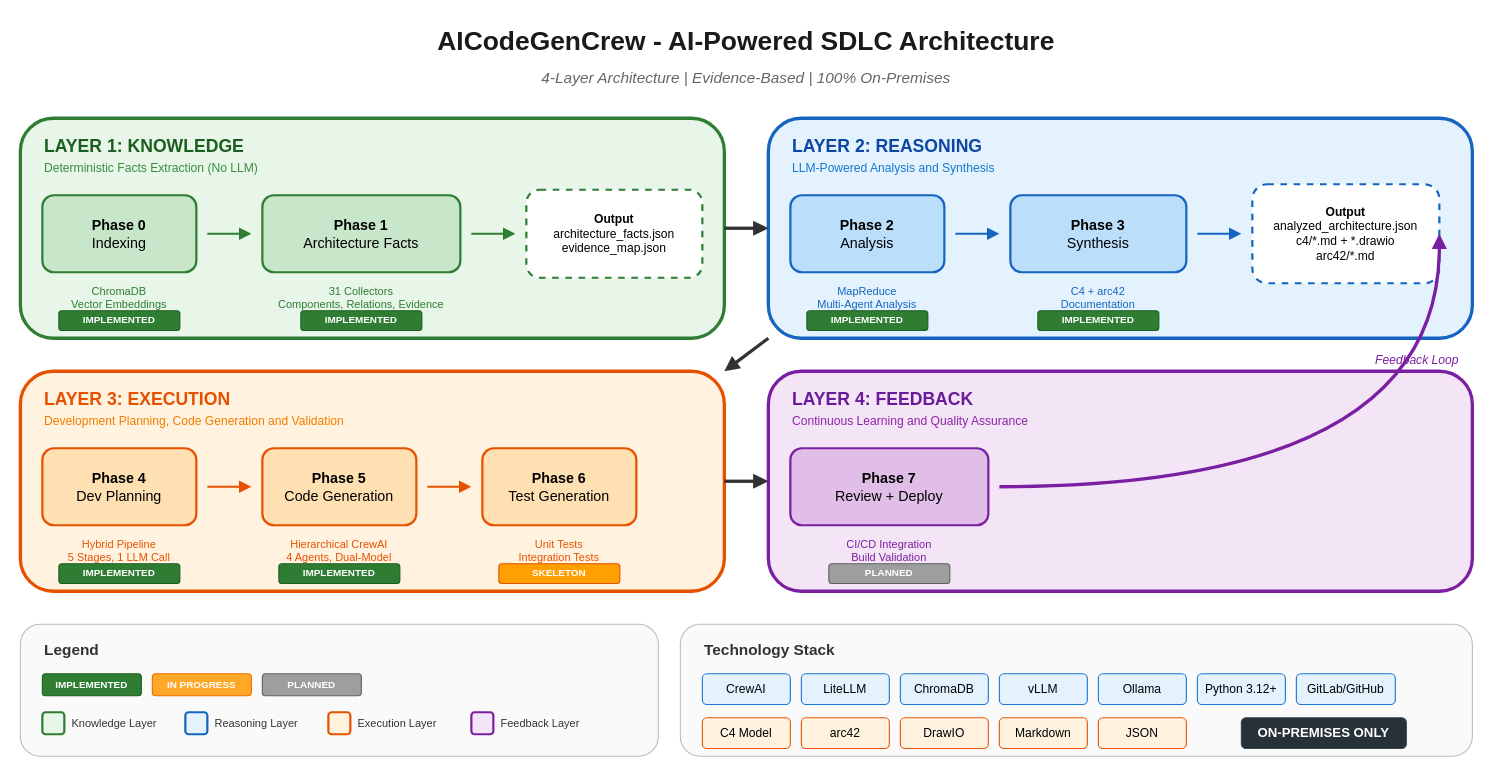
Before: docs/diagrams/sdlc-overview.drawio in aymenmastouri/aicodegencrew, a draw.io diagram. Source tidied: cells renumbered, new cells numbered last; positions are measured from the earlier drawing's top-left corner, leaving out a move shared by most shapes. Both pictures are drawn from the tidied source at 110%, with x=0, y=0 at pixel (20, 19).
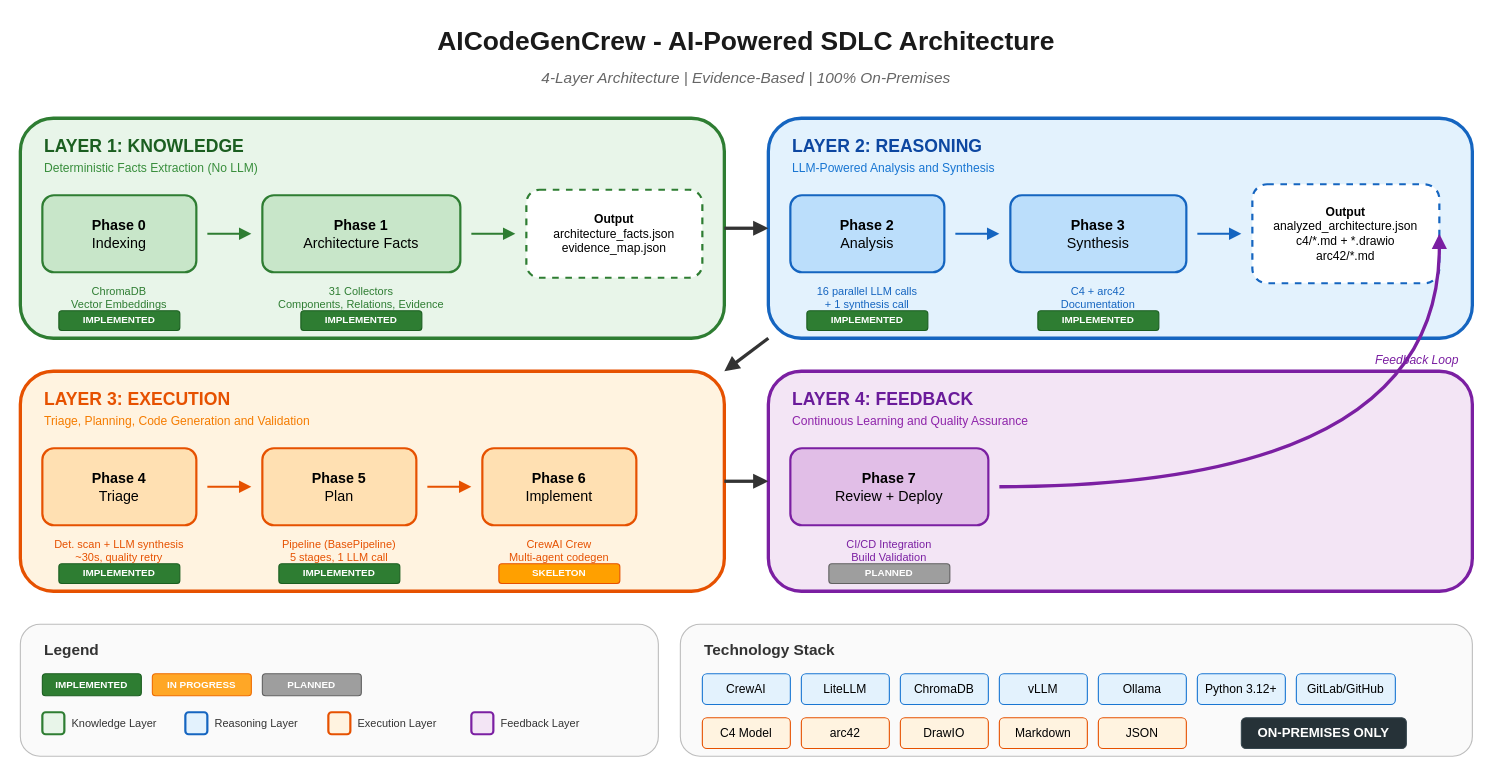
After the change.

Change to the diagram source:
```diff
@@
-    <mxCell id="20" value="MapReduce&lt;br&gt;Multi-Agent Analysis" style="text;html=1;strokeColor=none;fillColor=none;align=center;verticalAlign=top;whiteSpace=wrap;rounded=0;fontSize=10;fontColor=#1565C0;" parent="1" vertex="1">
+    <mxCell id="20" value="16 parallel LLM calls&lt;br&gt;+ 1 synthesis call" style="text;html=1;strokeColor=none;fillColor=none;align=center;verticalAlign=top;whiteSpace=wrap;rounded=0;fontSize=10;fontColor=#1565C0;" parent="1" vertex="1">
       <mxGeometry x="700" y="235" width="140" height="35" as="geometry" />
     </mxCell>
@@
-    <mxCell id="30" value="Development Planning, Code Generation and Validation" style="text;html=1;strokeColor=none;fillColor=none;align=left;verticalAlign=middle;whiteSpace=wrap;rounded=0;fontSize=11;fontColor=#F57C00;" parent="1" vertex="1">
+    <mxCell id="30" value="Triage, Planning, Code Generation and Validation" style="text;html=1;strokeColor=none;fillColor=none;align=left;verticalAlign=middle;whiteSpace=wrap;rounded=0;fontSize=11;fontColor=#F57C00;" parent="1" vertex="1">
       <mxGeometry x="20" y="355" width="280" height="20" as="geometry" />
     </mxCell>
-    <mxCell id="31" value="&lt;b&gt;Phase 4&lt;/b&gt;&lt;br&gt;Dev Planning" style="rounded=1;whiteSpace=wrap;html=1;fillColor=#FFE0B2;strokeColor=#E65100;strokeWidth=2;fontSize=13;" parent="1" vertex="1">
+    <mxCell id="31" value="&lt;b&gt;Phase 4&lt;/b&gt;&lt;br&gt;Triage" style="rounded=1;whiteSpace=wrap;html=1;fillColor=#FFE0B2;strokeColor=#E65100;strokeWidth=2;fontSize=13;" parent="1" vertex="1">
       <mxGeometry x="20" y="390" width="140" height="70" as="geometry" />
     </mxCell>
-    <mxCell id="32" value="Hybrid Pipeline&lt;br&gt;5 Stages, 1 LLM Call" style="text;html=1;strokeColor=none;fillColor=none;align=center;verticalAlign=top;whiteSpace=wrap;rounded=0;fontSize=10;fontColor=#E65100;" parent="1" vertex="1">
+    <mxCell id="32" value="Det. scan + LLM synthesis&lt;br&gt;~30s, quality retry" style="text;html=1;strokeColor=none;fillColor=none;align=center;verticalAlign=top;whiteSpace=wrap;rounded=0;fontSize=10;fontColor=#E65100;" parent="1" vertex="1">
       <mxGeometry x="20" y="465" width="140" height="35" as="geometry" />
     </mxCell>
@@
-    <mxCell id="35" value="&lt;b&gt;Phase 5&lt;/b&gt;&lt;br&gt;Code Generation" style="rounded=1;whiteSpace=wrap;html=1;fillColor=#FFE0B2;strokeColor=#E65100;strokeWidth=2;fontSize=13;" parent="1" vertex="1">
+    <mxCell id="35" value="&lt;b&gt;Phase 5&lt;/b&gt;&lt;br&gt;Plan" style="rounded=1;whiteSpace=wrap;html=1;fillColor=#FFE0B2;strokeColor=#E65100;strokeWidth=2;fontSize=13;" parent="1" vertex="1">
       <mxGeometry x="220" y="390" width="140" height="70" as="geometry" />
     </mxCell>
-    <mxCell id="36" value="Hierarchical CrewAI&lt;br&gt;4 Agents, Dual-Model" style="text;html=1;strokeColor=none;fillColor=none;align=center;verticalAlign=top;whiteSpace=wrap;rounded=0;fontSize=10;fontColor=#E65100;" parent="1" vertex="1">
+    <mxCell id="36" value="Pipeline (BasePipeline)&lt;br&gt;5 stages, 1 LLM call" style="text;html=1;strokeColor=none;fillColor=none;align=center;verticalAlign=top;whiteSpace=wrap;rounded=0;fontSize=10;fontColor=#E65100;" parent="1" vertex="1">
       <mxGeometry x="220" y="465" width="140" height="35" as="geometry" />
     </mxCell>
@@
-    <mxCell id="39" value="&lt;b&gt;Phase 6&lt;/b&gt;&lt;br&gt;Test Generation" style="rounded=1;whiteSpace=wrap;html=1;fillColor=#FFE0B2;strokeColor=#E65100;strokeWidth=2;fontSize=13;" parent="1" vertex="1">
+    <mxCell id="39" value="&lt;b&gt;Phase 6&lt;/b&gt;&lt;br&gt;Implement" style="rounded=1;whiteSpace=wrap;html=1;fillColor=#FFE0B2;strokeColor=#E65100;strokeWidth=2;fontSize=13;" parent="1" vertex="1">
       <mxGeometry x="420" y="390" width="140" height="70" as="geometry" />
     </mxCell>
-    <mxCell id="40" value="Unit Tests&lt;br&gt;Integration Tests" style="text;html=1;strokeColor=none;fillColor=none;align=center;verticalAlign=top;whiteSpace=wrap;rounded=0;fontSize=10;fontColor=#E65100;" parent="1" vertex="1">
+    <mxCell id="40" value="CrewAI Crew&lt;br&gt;Multi-agent codegen" style="text;html=1;strokeColor=none;fillColor=none;align=center;verticalAlign=top;whiteSpace=wrap;rounded=0;fontSize=10;fontColor=#E65100;" parent="1" vertex="1">
       <mxGeometry x="420" y="465" width="140" height="35" as="geometry" />
     </mxCell>
```
